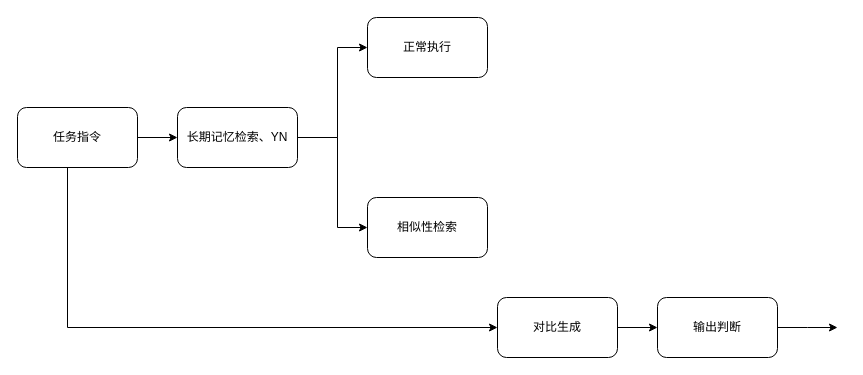
abigfreshman/abigfreshman keeps this draw.io diagram as lstm.drawio. Above is the earlier version. Source tidied: cells renumbered, new cells numbered last; positions are measured from the earlier drawing's top-left corner, leaving out a move shared by most shapes. Both pictures are drawn from the tidied source at 100%, with x=0, y=0 at pixel (17, 17).
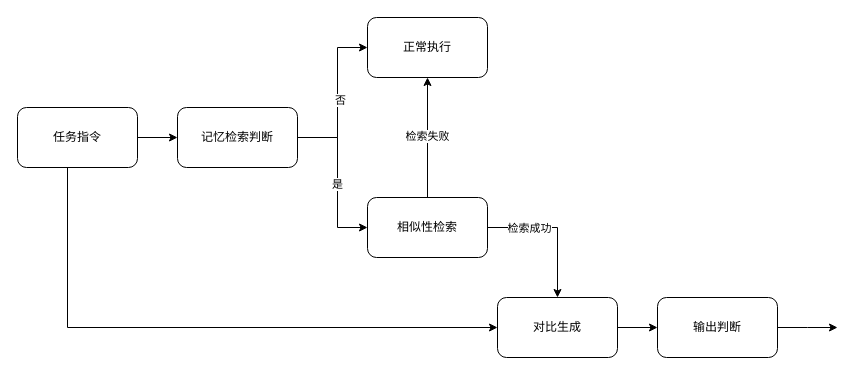
The same page after the edit.

Unchanged cells that the change refers to:
```xml
<mxCell id="5" style="edgeStyle=orthogonalEdgeStyle;rounded=0;jettySize=auto;html=1;" parent="1" edge="1" source="7" target="8">
  <mxGeometry relative="1" as="geometry">
    <Array as="points">
      <mxPoint x="320" y="120" />
      <mxPoint x="320" y="30" />
    </Array>
  </mxGeometry>
</mxCell>
<mxCell id="6" style="edgeStyle=orthogonalEdgeStyle;rounded=0;jettySize=auto;html=1;" parent="1" edge="1" source="7" target="9">
  <mxGeometry relative="1" as="geometry">
    <Array as="points">
      <mxPoint x="320" y="120" />
      <mxPoint x="320" y="210" />
    </Array>
  </mxGeometry>
</mxCell>
<mxCell id="8" value="正常执行" style="whiteSpace=wrap;html=1;rounded=1;" parent="1" vertex="1">
  <mxGeometry x="350" width="120" height="60" as="geometry" />
</mxCell>
<mxCell id="9" value="相似性检索" style="whiteSpace=wrap;html=1;rounded=1;" parent="1" vertex="1">
  <mxGeometry x="350" y="180" width="120" height="60" as="geometry" />
</mxCell>
<mxCell id="11" value="对比生成" style="whiteSpace=wrap;html=1;rounded=1;" parent="1" vertex="1">
  <mxGeometry x="480" y="280" width="120" height="60" as="geometry" />
</mxCell>
```

What changed in the source:
```diff
@@
+    <mxCell id="14" value="否" style="edgeLabel;html=1;align=center;verticalAlign=middle;" parent="5" vertex="1">
+      <mxGeometry x="-0.03" y="-2" relative="1" as="geometry" />
+    </mxCell>
@@
+    <mxCell id="15" value="是" style="edgeLabel;html=1;align=center;verticalAlign=middle;" parent="6" vertex="1">
+      <mxGeometry x="0.07" y="-1" relative="1" as="geometry" />
+    </mxCell>
-    <mxCell id="7" value="长期记忆检索、YN" style="whiteSpace=wrap;html=1;rounded=1;" parent="1" vertex="1">
+    <mxCell id="7" value="记忆检索判断" style="whiteSpace=wrap;html=1;rounded=1;" parent="1" vertex="1">
       <mxGeometry x="160" y="90" width="120" height="60" as="geometry" />
     </mxCell>
@@
+    <mxCell id="16" style="edgeStyle=orthogonalEdgeStyle;rounded=0;jettySize=auto;html=1;exitX=1;exitY=0.5;exitDx=0;exitDy=0;entryX=0.5;entryY=0;entryDx=0;entryDy=0;" parent="1" edge="1" source="9" target="11">
+      <mxGeometry relative="1" as="geometry" />
+    </mxCell>
+    <mxCell id="17" value="检索成功" style="edgeLabel;html=1;align=center;verticalAlign=middle;" parent="16" vertex="1">
+      <mxGeometry x="-0.42" relative="1" as="geometry" />
+    </mxCell>
+    <mxCell id="18" style="edgeStyle=orthogonalEdgeStyle;rounded=0;jettySize=auto;html=1;exitX=0.5;exitY=0;exitDx=0;exitDy=0;entryX=0.5;entryY=1;entryDx=0;entryDy=0;" parent="1" edge="1" source="9" target="8">
+      <mxGeometry relative="1" as="geometry" />
+    </mxCell>
+    <mxCell id="19" value="检索失败" style="edgeLabel;html=1;align=center;verticalAlign=middle;" parent="18" vertex="1">
+      <mxGeometry x="0.03" y="1" relative="1" as="geometry" />
+    </mxCell>
```
